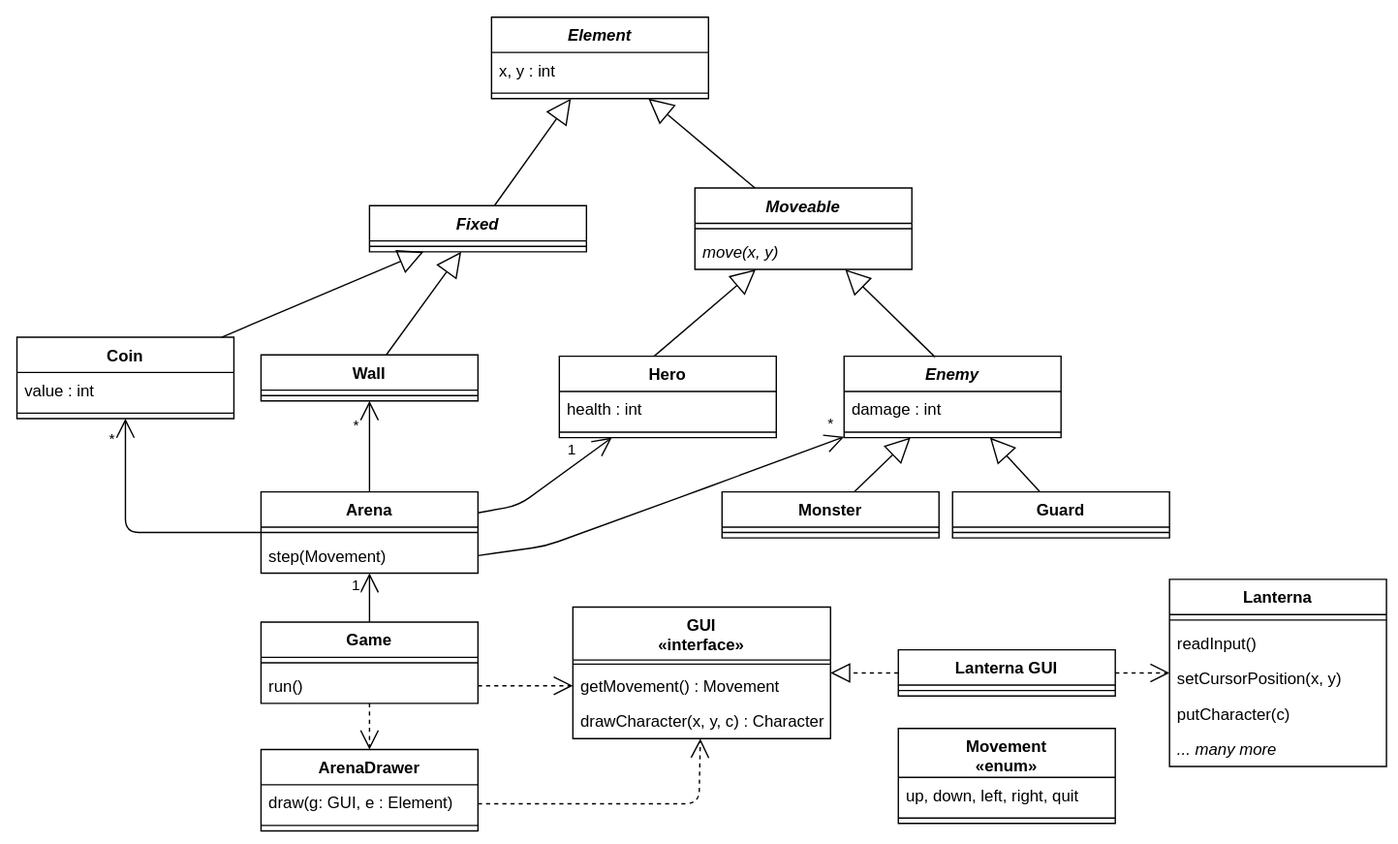
The draw.io diagram assets/solid/solid-design.svg in arestivo/slides, before a commit. Source tidied: cells renumbered, new cells last; positions are measured from the earlier drawing's top-left corner, leaving out a move shared by most shapes.
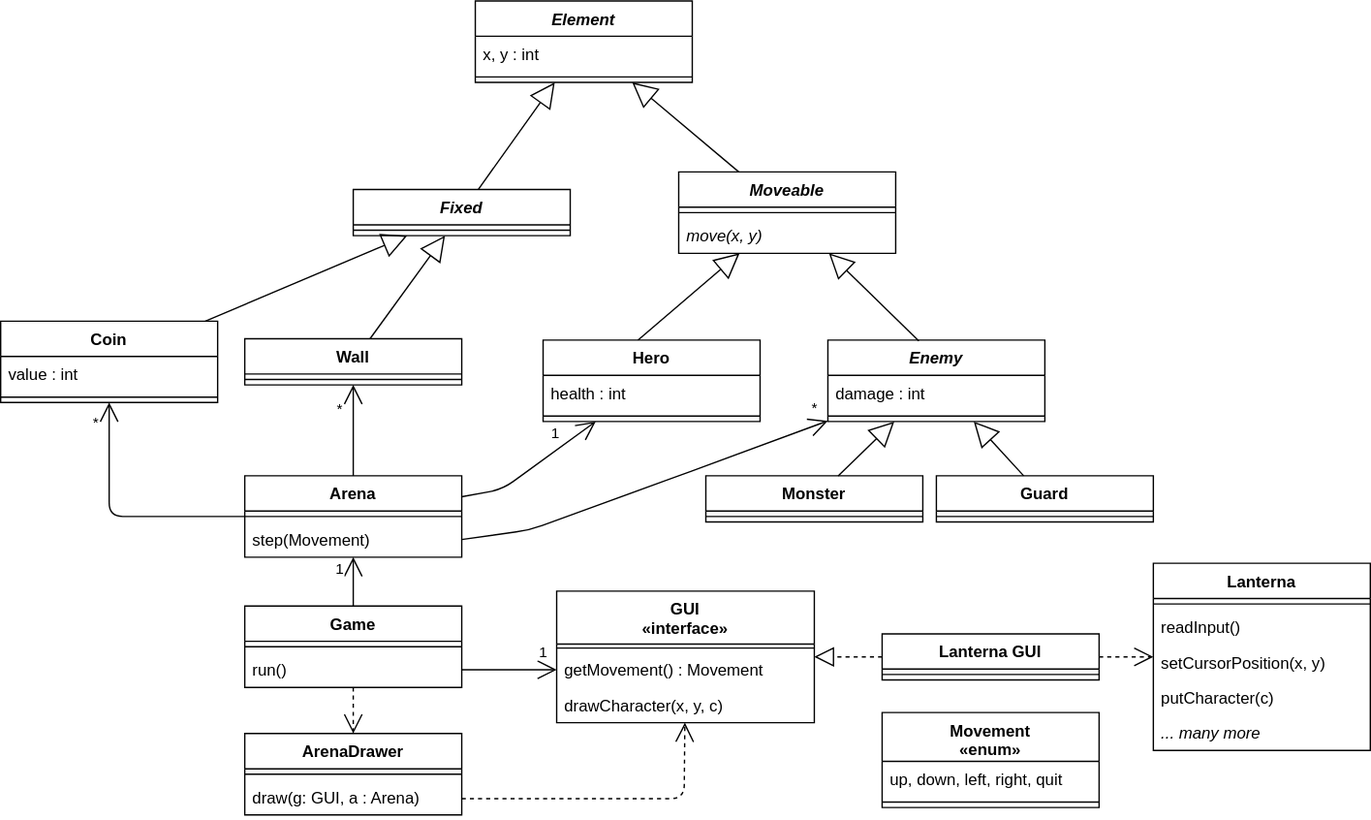
After the change.

Commit message:
Updated SOLID diagram

Diff of the diagram source:
```diff
@@ -142,7 +142,7 @@
     <mxCell id="47" value="getMovement() : Movement" style="text;strokeColor=none;fillColor=none;align=left;verticalAlign=top;spacingLeft=4;spacingRight=4;overflow=hidden;points=[[0,0.5],[1,0.5]];portConstraint=eastwest;" parent="45" vertex="1">
       <mxGeometry y="45" width="190" height="26" as="geometry" />
     </mxCell>
-    <mxCell id="48" value="drawCharacter(x, y, c) : Character" style="text;strokeColor=none;fillColor=none;align=left;verticalAlign=top;spacingLeft=4;spacingRight=4;overflow=hidden;" parent="45" vertex="1">
+    <mxCell id="48" value="drawCharacter(x, y, c)" style="text;strokeColor=none;fillColor=none;align=left;verticalAlign=top;spacingLeft=4;spacingRight=4;overflow=hidden;" parent="45" vertex="1">
       <mxGeometry y="71" width="190" height="26" as="geometry" />
     </mxCell>
     <mxCell id="49" value="Lanterna GUI" style="swimlane;fontStyle=1;align=center;verticalAlign=top;horizontal=1;startSize=26;" parent="1" vertex="1">
@@ -189,25 +189,25 @@
     <mxCell id="57" value="1" style="endArrow=open;endFill=1;endSize=12;html=1;" parent="1" edge="1" source="5" target="2">
       <mxGeometry x="0.49" y="10" relative="1" as="geometry" />
     </mxCell>
-    <mxCell id="58" style="endArrow=open;endSize=12;dashed=1;html=1;strokeColor=#000000;fontColor=#000000;exitX=1;exitY=0.5;exitDx=0;exitDy=0;" parent="1" edge="1" source="7" target="47">
-      <mxGeometry relative="1" as="geometry" />
+    <mxCell id="58" value="1" style="endArrow=open;endSize=12;html=1;strokeColor=#000000;fontColor=#000000;exitX=1;exitY=0.5;exitDx=0;exitDy=0;" parent="1" edge="1" source="7" target="47">
+      <mxGeometry x="0.71" y="13" relative="1" as="geometry" />
     </mxCell>
     <mxCell id="59" value="ArenaDrawer" style="swimlane;fontStyle=1;align=center;verticalAlign=top;horizontal=1;startSize=26;" parent="1" vertex="1">
       <mxGeometry x="180" y="540" width="160" height="60" as="geometry" />
     </mxCell>
-    <mxCell id="60" value="draw(g: GUI, e : Element)" style="text;strokeColor=none;fillColor=none;align=left;verticalAlign=top;spacingLeft=4;spacingRight=4;overflow=hidden;points=[[0,0.5],[1,0.5]];portConstraint=eastwest;" parent="59" vertex="1">
-      <mxGeometry y="26" width="160" height="26" as="geometry" />
+    <mxCell id="60" style="line;strokeWidth=1;fillColor=none;align=left;verticalAlign=middle;spacingTop=-1;spacingLeft=3;spacingRight=3;labelPosition=right;points=[];portConstraint=eastwest;" parent="59" vertex="1">
+      <mxGeometry y="26" width="160" height="8" as="geometry" />
     </mxCell>
-    <mxCell id="61" style="line;strokeWidth=1;fillColor=none;align=left;verticalAlign=middle;spacingTop=-1;spacingLeft=3;spacingRight=3;labelPosition=right;points=[];portConstraint=eastwest;" parent="59" vertex="1">
-      <mxGeometry y="52" width="160" height="8" as="geometry" />
+    <mxCell id="61" value="draw(g: GUI, a : Arena)" style="text;strokeColor=none;fillColor=none;align=left;verticalAlign=top;spacingLeft=4;spacingRight=4;overflow=hidden;points=[[0,0.5],[1,0.5]];portConstraint=eastwest;" parent="59" vertex="1">
+      <mxGeometry y="34" width="160" height="26" as="geometry" />
     </mxCell>
     <mxCell id="62" style="endArrow=open;endSize=12;dashed=1;html=1;strokeColor=#000000;fontColor=#000000;" parent="1" edge="1" source="5" target="59">
       <mxGeometry relative="1" as="geometry" />
     </mxCell>
-    <mxCell id="63" style="endArrow=open;endSize=12;dashed=1;html=1;strokeColor=#000000;fontColor=#000000;exitX=1;exitY=0.538;exitDx=0;exitDy=0;exitPerimeter=0;" parent="1" edge="1" source="60" target="45">
+    <mxCell id="63" style="endArrow=open;endSize=12;dashed=1;html=1;strokeColor=#000000;fontColor=#000000;exitX=1;exitY=0.538;exitDx=0;exitDy=0;exitPerimeter=0;" parent="1" edge="1" source="61" target="45">
       <mxGeometry relative="1" as="geometry">
         <Array as="points">
-          <mxPoint x="503" y="580" />
+          <mxPoint x="504" y="588" />
         </Array>
       </mxGeometry>
     </mxCell>
```
